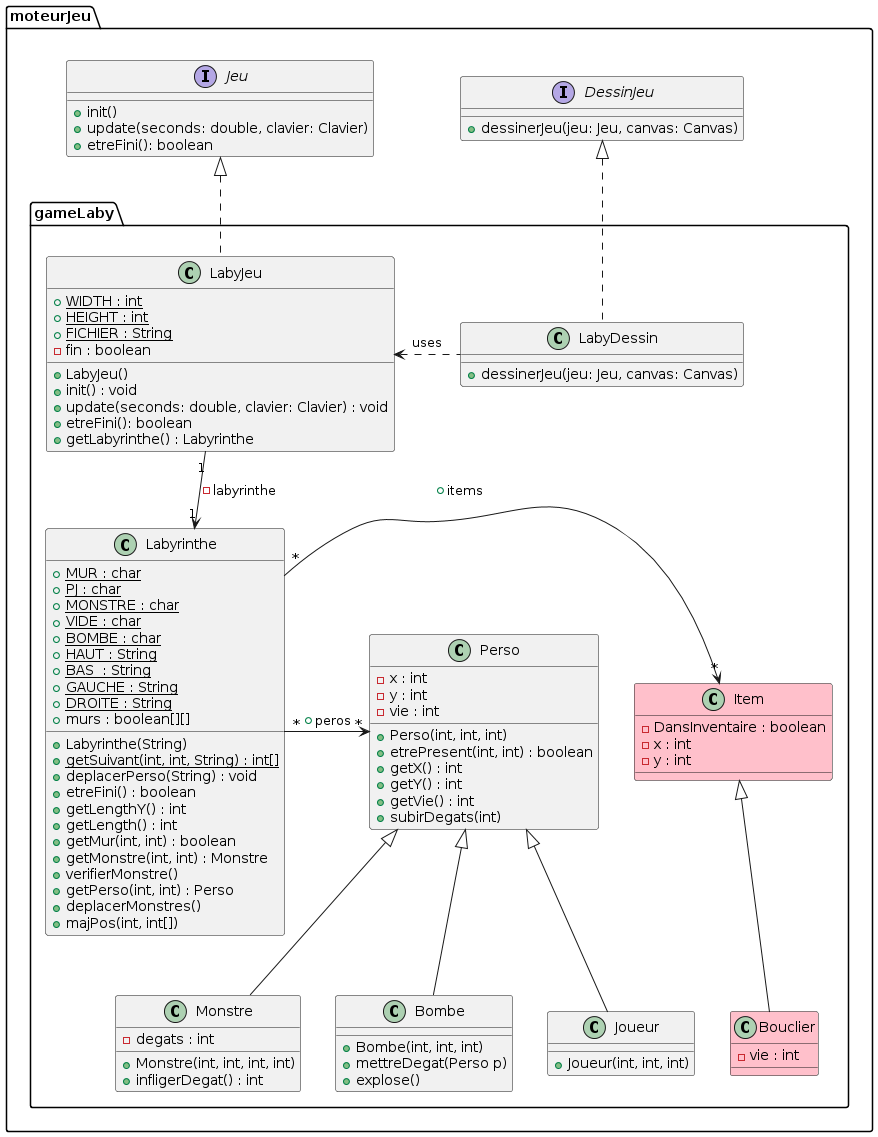
Before: projet_zeldiablo/documents/version_3/diag_classe_V3.png, a diagram exported from PlantUML (Packingdustry/2024_Zeldiablo_massoncl1u_delaborde2u_e2074u_marti1228u_e2920u). Source of this version:
```plantuml
@startuml
package moteurJeu {

interface Jeu{
+ init()
+ update(seconds: double, clavier: Clavier)
+ etreFini(): boolean
}


interface DessinJeu {
+ dessinerJeu(jeu: Jeu, canvas: Canvas)
}

package gameLaby{

class LabyJeu{
+ {static} WIDTH : int
+ {static} HEIGHT : int
+ {static} FICHIER : String
- fin : boolean
+ LabyJeu()
+ init() : void
+ update(seconds: double, clavier: Clavier) : void
+ etreFini(): boolean
+ getLabyrinthe() : Labyrinthe
}

class Labyrinthe {
  + {static} MUR : char
  + {static} PJ : char
  + {static} MONSTRE : char
  + {static} VIDE : char
  + {static} BOMBE : char
  + {static} HAUT : String
  + {static} BAS  : String
  + {static} GAUCHE : String
  + {static} DROITE : String
  + murs : boolean[][]
  + Labyrinthe(String)
  + {static} getSuivant(int, int, String) : int[]
  + deplacerPerso(String) : void
  + etreFini() : boolean
  + getLengthY() : int
  + getLength() : int
  + getMur(int, int) : boolean
  + getMonstre(int, int) : Monstre
  + verifierMonstre()
  + getPerso(int, int) : Perso
  + deplacerMonstres()
  + majPos(int, int[])
}


Jeu <|.. LabyJeu


LabyJeu "1" --> "1" Labyrinthe : -labyrinthe


class LabyDessin{
+ dessinerJeu(jeu: Jeu, canvas: Canvas)
}

DessinJeu <|.. LabyDessin
LabyJeu <. LabyDessin:uses

class Perso {
  - x : int
  - y : int
  - vie : int
  + Perso(int, int, int)
  + etrePresent(int, int) : boolean
  + getX() : int
  + getY() : int
  + getVie() : int
  + subirDegats(int)
}


class Monstre extends Perso {
  - degats : int
  + Monstre(int, int, int, int)
  + infligerDegat() : int
}
class Bombe extends Perso {
  + Bombe(int, int, int)
  + mettreDegat(Perso p)
  + explose()
}
class Joueur extends Perso{
  + Joueur(int, int, int)
}

class Item #pink {
  - DansInventaire : boolean
  - x : int
  - y : int
}

class Bouclier #pink extends Item {
  - vie : int
}

Labyrinthe "*" -> "*" Item : + items
Labyrinthe "*" -> "*" Perso : + peros
}
@enduml
```
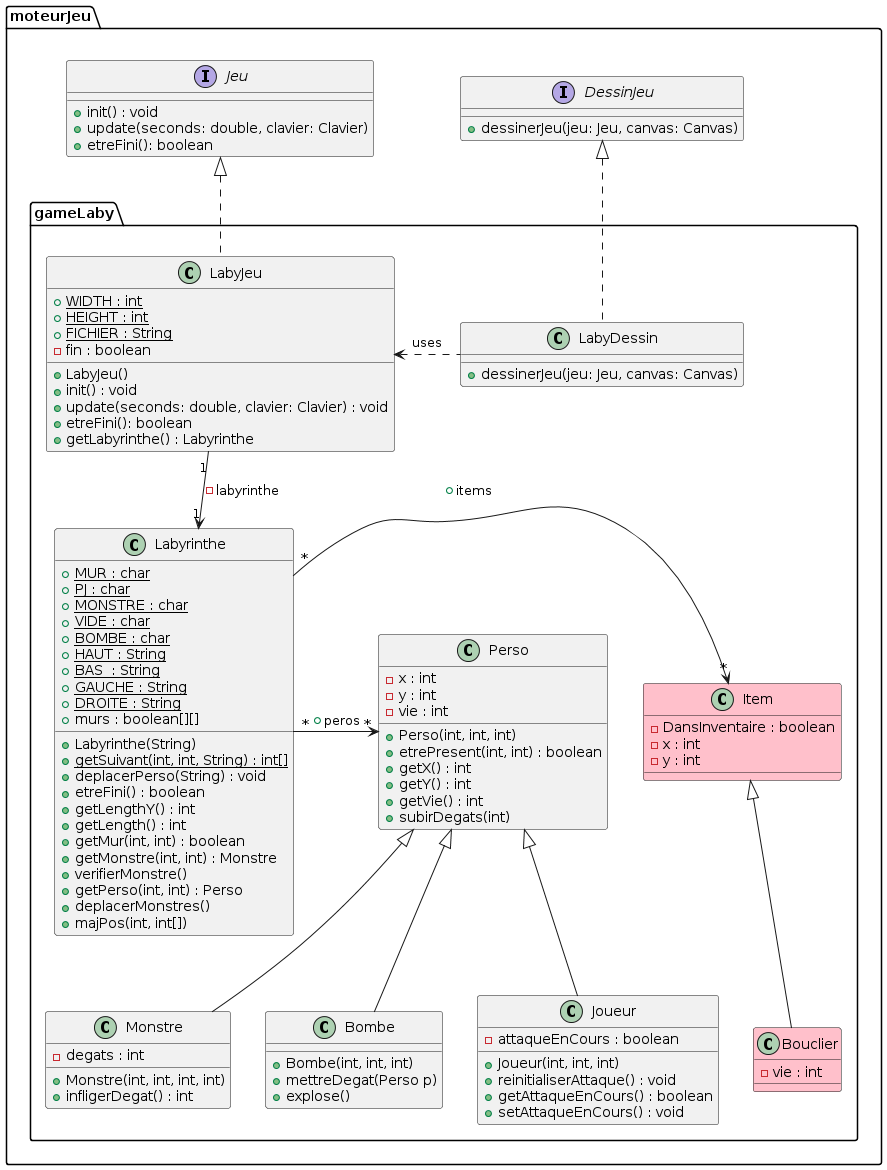
After the change.

Commit message:
maj diag classe

Diff of the diagram source:
```diff
@@ -2,7 +2,7 @@
 package moteurJeu {
 
 interface Jeu{
-+ init()
++ init() : void
 + update(seconds: double, clavier: Clavier)
 + etreFini(): boolean
 }
@@ -89,7 +89,11 @@
   + explose()
 }
 class Joueur extends Perso{
+  - attaqueEnCours : boolean
   + Joueur(int, int, int)
+  + reinitialiserAttaque() : void
+  + getAttaqueEnCours() : boolean
+  + setAttaqueEnCours() : void
 }
 
 class Item #pink {
```
